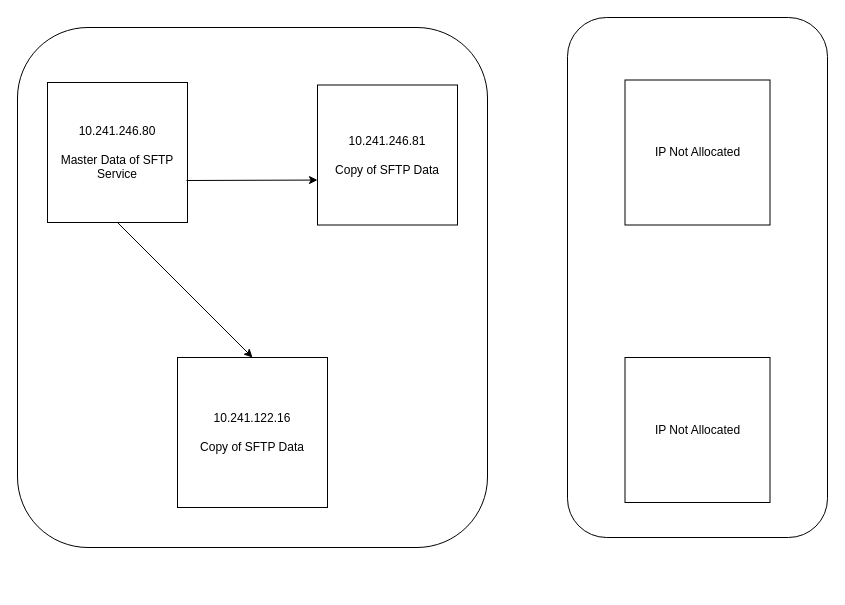
Above: Python_File_Transfer .drawio in ashwiniadlakha/draw_io (draw.io), before the change. Source tidied: cells renumbered, new cells numbered last; positions are measured from the earlier drawing's top-left corner, leaving out a move shared by most shapes. Both pictures are drawn from the tidied source at 100%, with x=0, y=0 at pixel (17, 17).
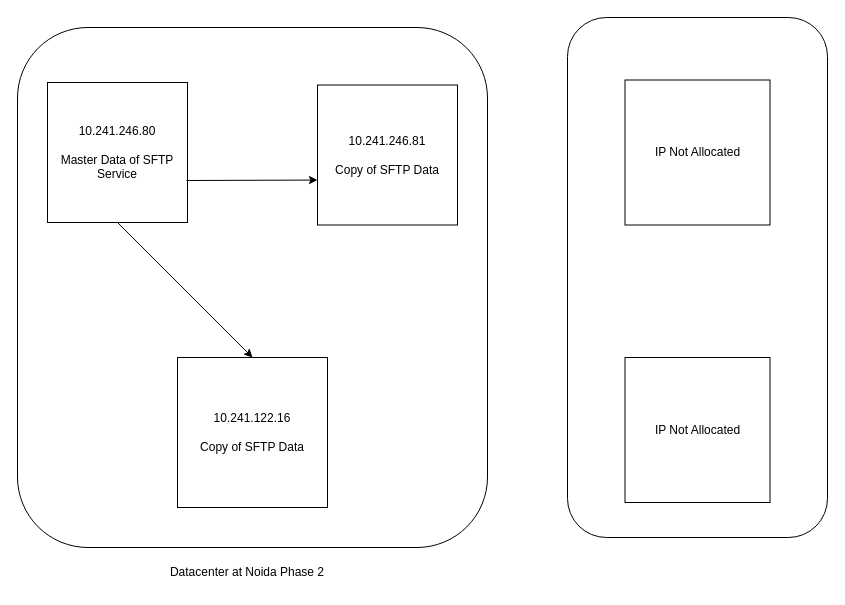
After the change.

Diff of the diagram source:
```diff
@@
 <mxGraphModel>
   <root>
     <mxCell id="0" />
     <mxCell id="1" parent="0" />
     <mxCell id="2" style="rounded=1;whiteSpace=wrap;html=1;" parent="1" vertex="1">
       <mxGeometry x="550" width="260" height="520" as="geometry" />
     </mxCell>
     <mxCell id="3" style="rounded=1;whiteSpace=wrap;html=1;" parent="1" vertex="1">
       <mxGeometry y="10" width="470" height="520" as="geometry" />
     </mxCell>
     <mxCell id="4" value="10.241.122.16&lt;br&gt;&lt;br&gt;Copy of SFTP Data" style="whiteSpace=wrap;html=1;" parent="1" vertex="1">
       <mxGeometry x="160" y="340" width="150" height="150" as="geometry" />
     </mxCell>
     <mxCell id="5" value="10.241.246.81&lt;br&gt;&lt;br&gt;Copy of SFTP Data" style="whiteSpace=wrap;html=1;" parent="1" vertex="1">
       <mxGeometry x="300" y="67.5" width="140" height="140" as="geometry" />
     </mxCell>
     <mxCell id="6" value="10.241.246.80&lt;br&gt;&lt;br&gt;Master Data of SFTP Service" style="whiteSpace=wrap;html=1;" parent="1" vertex="1">
       <mxGeometry x="30" y="65" width="140" height="140" as="geometry" />
     </mxCell>
     <mxCell id="7" value="IP Not Allocated" style="whiteSpace=wrap;html=1;" parent="1" vertex="1">
       <mxGeometry x="607.5" y="62.5" width="145" height="145" as="geometry" />
     </mxCell>
     <mxCell id="8" value="IP Not Allocated" style="whiteSpace=wrap;html=1;" parent="1" vertex="1">
       <mxGeometry x="607.5" y="340" width="145" height="145" as="geometry" />
     </mxCell>
     <mxCell id="9" style="endArrow=classic;html=1;rounded=0;exitX=0.993;exitY=0.7;exitDx=0;exitDy=0;exitPerimeter=0;entryX=0;entryY=0.679;entryDx=0;entryDy=0;entryPerimeter=0;" parent="1" edge="1" source="6" target="5">
       <mxGeometry relative="1" as="geometry" />
     </mxCell>
     <mxCell id="10" style="endArrow=classic;html=1;rounded=0;exitX=0.5;exitY=1;exitDx=0;exitDy=0;entryX=0.5;entryY=0;entryDx=0;entryDy=0;" parent="1" edge="1" source="6" target="4">
       <mxGeometry relative="1" as="geometry" />
     </mxCell>
+    <mxCell id="11" value="Datacenter at Noida Phase 2" style="text;html=1;strokeColor=none;fillColor=none;align=center;verticalAlign=middle;whiteSpace=wrap;rounded=0;" parent="1" vertex="1">
+      <mxGeometry x="80" y="540" width="300" height="30" as="geometry" />
+    </mxCell>
   </root>
 </mxGraphModel>
```
